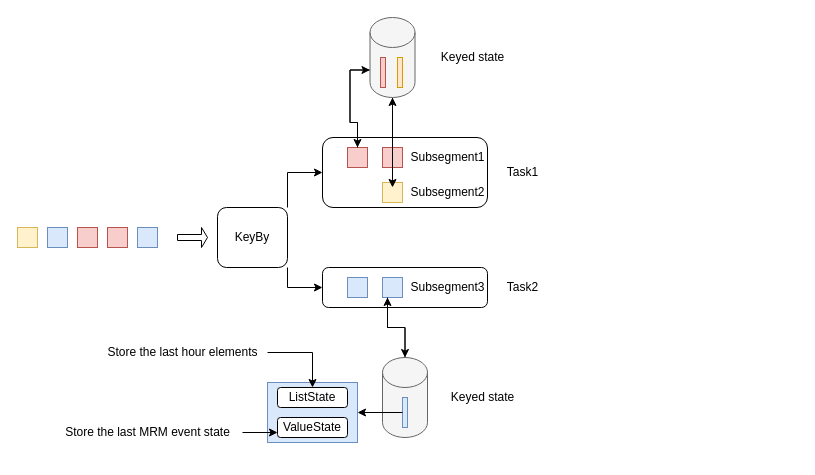
The draw.io diagram Untitled Diagram.drawio in ponyFan/Basenote, before the edit. Source tidied: cells renumbered, new cells numbered last; positions are measured from the earlier drawing's top-left corner, leaving out a move shared by most shapes. Both pictures are drawn from the tidied source at 100%, with x=0, y=0 at pixel (17, 17).
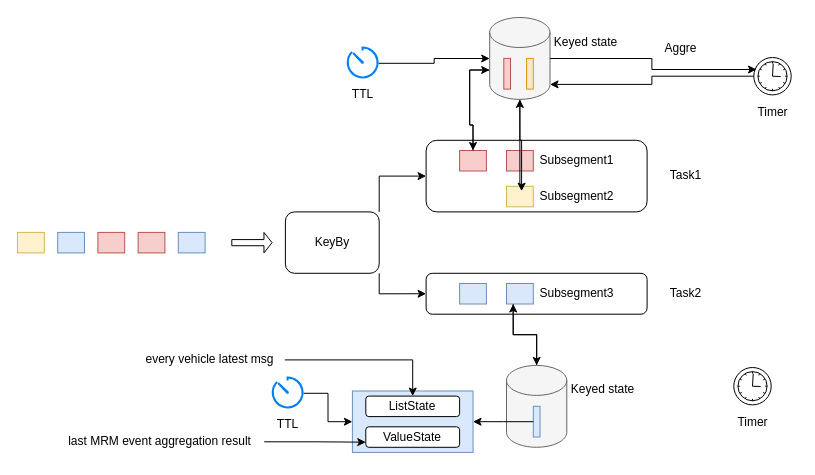
The same page after the edit.

Diff of the diagram source:
```diff
@@
     <mxCell id="2" style="group;" parent="1" vertex="1">
-      <mxGeometry width="530" height="430" as="geometry" />
+      <mxGeometry width="710" height="440" as="geometry" />
     </mxCell>
     <mxCell id="3" style="rounded=0;whiteSpace=wrap;html=1;fillColor=#dae8fc;strokeColor=#6c8ebf;" parent="2" vertex="1">
-      <mxGeometry x="120" y="210" width="20" height="20" as="geometry" />
+      <mxGeometry x="160.8" y="214.9" width="26.8" height="20.5" as="geometry" />
     </mxCell>
     <mxCell id="4" style="rounded=0;whiteSpace=wrap;html=1;fillColor=#f8cecc;strokeColor=#b85450;" parent="2" vertex="1">
-      <mxGeometry x="90" y="210" width="20" height="20" as="geometry" />
+      <mxGeometry x="120.6" y="214.9" width="26.8" height="20.5" as="geometry" />
     </mxCell>
     <mxCell id="5" style="rounded=0;whiteSpace=wrap;html=1;fillColor=#f8cecc;strokeColor=#b85450;" parent="2" vertex="1">
-      <mxGeometry x="60" y="210" width="20" height="20" as="geometry" />
+      <mxGeometry x="80.4" y="214.9" width="26.8" height="20.5" as="geometry" />
     </mxCell>
     <mxCell id="6" style="rounded=0;whiteSpace=wrap;html=1;fillColor=#dae8fc;strokeColor=#6c8ebf;" parent="2" vertex="1">
-      <mxGeometry x="30" y="210" width="20" height="20" as="geometry" />
+      <mxGeometry x="40.2" y="214.9" width="26.8" height="20.5" as="geometry" />
     </mxCell>
     <mxCell id="7" style="rounded=0;whiteSpace=wrap;html=1;fillColor=#fff2cc;strokeColor=#d6b656;" parent="2" vertex="1">
-      <mxGeometry y="210" width="20" height="20" as="geometry" />
+      <mxGeometry y="214.9" width="26.8" height="20.5" as="geometry" />
     </mxCell>
     <mxCell id="8" value="KeyBy" style="rounded=1;whiteSpace=wrap;html=1;" parent="2" vertex="1">
-      <mxGeometry x="200" y="190" width="70" height="60" as="geometry" />
+      <mxGeometry x="267.9" y="194.4" width="93.8" height="61.4" as="geometry" />
     </mxCell>
     <mxCell id="9" style="shape=singleArrow;whiteSpace=wrap;html=1;" parent="2" vertex="1">
-      <mxGeometry x="160" y="210" width="30" height="20" as="geometry" />
+      <mxGeometry x="214.3" y="214.9" width="40.2" height="20.5" as="geometry" />
     </mxCell>
     <mxCell id="10" style="rounded=1;whiteSpace=wrap;html=1;" parent="2" vertex="1">
-      <mxGeometry x="305" y="120" width="165" height="70" as="geometry" />
+      <mxGeometry x="408.6" y="122.8" width="221" height="71.6" as="geometry" />
     </mxCell>
@@
     <mxCell id="12" style="rounded=1;whiteSpace=wrap;html=1;" parent="2" vertex="1">
-      <mxGeometry x="305" y="250" width="165" height="40" as="geometry" />
+      <mxGeometry x="408.6" y="255.8" width="221" height="40.9" as="geometry" />
     </mxCell>
@@
     <mxCell id="14" style="rounded=0;whiteSpace=wrap;html=1;fillColor=#f8cecc;strokeColor=#b85450;" parent="2" vertex="1">
-      <mxGeometry x="330" y="130" width="20" height="20" as="geometry" />
+      <mxGeometry x="442.1" y="133" width="26.8" height="20.5" as="geometry" />
     </mxCell>
     <mxCell id="15" style="rounded=0;whiteSpace=wrap;html=1;fillColor=#f8cecc;strokeColor=#b85450;" parent="2" vertex="1">
-      <mxGeometry x="365" y="130" width="20" height="20" as="geometry" />
+      <mxGeometry x="489" y="133" width="26.8" height="20.5" as="geometry" />
     </mxCell>
     <mxCell id="16" style="rounded=0;whiteSpace=wrap;html=1;fillColor=#fff2cc;strokeColor=#d6b656;" parent="2" vertex="1">
-      <mxGeometry x="365" y="165" width="20" height="20" as="geometry" />
+      <mxGeometry x="489" y="168.8" width="26.8" height="20.5" as="geometry" />
     </mxCell>
     <mxCell id="17" style="rounded=0;whiteSpace=wrap;html=1;fillColor=#dae8fc;strokeColor=#6c8ebf;" parent="2" vertex="1">
-      <mxGeometry x="330" y="260" width="20" height="20" as="geometry" />
+      <mxGeometry x="442.1" y="266" width="26.8" height="20.5" as="geometry" />
     </mxCell>
     <mxCell id="18" style="rounded=0;whiteSpace=wrap;html=1;fillColor=#dae8fc;strokeColor=#6c8ebf;" parent="2" vertex="1">
-      <mxGeometry x="365" y="260" width="20" height="20" as="geometry" />
+      <mxGeometry x="489" y="266" width="26.8" height="20.5" as="geometry" />
     </mxCell>
     <mxCell id="19" value="Task1" style="text;html=1;align=center;verticalAlign=middle;strokeColor=none;fillColor=none;" parent="2" vertex="1">
-      <mxGeometry x="480" y="140" width="50" height="30" as="geometry" />
+      <mxGeometry x="643" y="143.3" width="50" height="30" as="geometry" />
     </mxCell>
     <mxCell id="20" value="Task2" style="text;html=1;align=center;verticalAlign=middle;strokeColor=none;fillColor=none;" parent="2" vertex="1">
-      <mxGeometry x="480" y="255" width="50" height="30" as="geometry" />
+      <mxGeometry x="643" y="260.9" width="50" height="30" as="geometry" />
     </mxCell>
     <mxCell id="21" value="Subsegment1" style="text;html=1;align=center;verticalAlign=middle;strokeColor=none;fillColor=none;" parent="2" vertex="1">
-      <mxGeometry x="380" y="125" width="100" height="30" as="geometry" />
+      <mxGeometry x="509.1" y="127.9" width="100" height="30" as="geometry" />
     </mxCell>
     <mxCell id="22" value="Subsegment2" style="text;html=1;align=center;verticalAlign=middle;points=[];strokeColor=none;fillColor=none;" parent="2" vertex="1">
-      <mxGeometry x="380" y="160" width="100" height="30" as="geometry" />
+      <mxGeometry x="509.1" y="163.7" width="100" height="30" as="geometry" />
     </mxCell>
     <mxCell id="23" value="Subsegment3" style="text;html=1;align=center;verticalAlign=middle;strokeColor=none;fillColor=none;" parent="2" vertex="1">
-      <mxGeometry x="380" y="255" width="100" height="30" as="geometry" />
+      <mxGeometry x="509.1" y="260.9" width="100" height="30" as="geometry" />
     </mxCell>
@@
     <mxCell id="25" style="shape=cylinder3;whiteSpace=wrap;html=1;boundedLbl=1;backgroundOutline=1;size=15;fillColor=#f5f5f5;strokeColor=#666666;fontColor=#333333;" parent="2" vertex="1">
-      <mxGeometry x="365" y="340" width="45" height="80" as="geometry" />
+      <mxGeometry x="489" y="347.9" width="60.3" height="81.9" as="geometry" />
     </mxCell>
@@
     <mxCell id="27" style="rounded=0;whiteSpace=wrap;html=1;fillColor=#dae8fc;strokeColor=#6c8ebf;" parent="2" vertex="1">
-      <mxGeometry x="385" y="380" width="5" height="30" as="geometry" />
+      <mxGeometry x="515.8" y="388.8" width="6.7" height="30.7" as="geometry" />
     </mxCell>
@@
     <mxCell id="30" style="shape=cylinder3;whiteSpace=wrap;html=1;boundedLbl=1;backgroundOutline=1;size=15;fillColor=#f5f5f5;strokeColor=#666666;fontColor=#333333;" parent="2" vertex="1">
-      <mxGeometry x="352.5" width="45" height="80" as="geometry" />
+      <mxGeometry x="472.2" width="60.3" height="81.9" as="geometry" />
     </mxCell>
@@
     <mxCell id="33" style="rounded=0;whiteSpace=wrap;html=1;fillColor=#f8cecc;strokeColor=#b85450;" parent="2" vertex="1">
-      <mxGeometry x="363" y="40" width="5" height="30" as="geometry" />
+      <mxGeometry x="486.3" y="40.9" width="6.7" height="30.7" as="geometry" />
     </mxCell>
     <mxCell id="34" style="rounded=0;whiteSpace=wrap;html=1;fillColor=#ffe6cc;strokeColor=#d79b00;" parent="2" vertex="1">
-      <mxGeometry x="380" y="40" width="5" height="30" as="geometry" />
+      <mxGeometry x="509.1" y="40.9" width="6.7" height="30.7" as="geometry" />
     </mxCell>
     <mxCell id="35" value="Keyed state" style="text;html=1;align=center;verticalAlign=middle;strokeColor=none;fillColor=none;" parent="2" vertex="1">
-      <mxGeometry x="410" y="25" width="90" height="30" as="geometry" />
+      <mxGeometry x="522.5" y="10" width="90" height="30" as="geometry" />
     </mxCell>
     <mxCell id="36" value="Keyed state" style="text;html=1;align=center;verticalAlign=middle;strokeColor=none;fillColor=none;" parent="2" vertex="1">
-      <mxGeometry x="420" y="365" width="90" height="30" as="geometry" />
+      <mxGeometry x="539.6" y="357.4" width="90" height="30" as="geometry" />
     </mxCell>
     <mxCell id="37" style="whiteSpace=wrap;html=1;fillColor=#dae8fc;strokeColor=#6c8ebf;rounded=0;" parent="2" vertex="1">
-      <mxGeometry x="250" y="365" width="90" height="60" as="geometry" />
+      <mxGeometry x="334.9" y="373.5" width="120.6" height="61.4" as="geometry" />
     </mxCell>
@@
     <mxCell id="39" value="ListState" style="rounded=1;whiteSpace=wrap;html=1;" parent="2" vertex="1">
-      <mxGeometry x="260" y="370" width="70" height="20" as="geometry" />
+      <mxGeometry x="348.3" y="378.6" width="93.8" height="20.5" as="geometry" />
     </mxCell>
     <mxCell id="40" value="ValueState" style="rounded=1;whiteSpace=wrap;html=1;" parent="2" vertex="1">
-      <mxGeometry x="260" y="400" width="70" height="20" as="geometry" />
+      <mxGeometry x="348.3" y="409.3" width="93.8" height="20.5" as="geometry" />
     </mxCell>
@@
-    <mxCell id="42" value="Store the last hour elements" style="text;html=1;align=center;verticalAlign=middle;points=[];strokeColor=none;fillColor=none;" parent="2" vertex="1">
-      <mxGeometry x="80" y="320" width="170" height="30" as="geometry" />
+    <mxCell id="42" value="every vehicle latest msg" style="text;html=1;align=center;verticalAlign=middle;points=[];strokeColor=none;fillColor=none;" parent="2" vertex="1">
+      <mxGeometry x="117.3" y="327.4" width="150" height="30" as="geometry" />
     </mxCell>
@@
-    <mxCell id="44" value="Store the last MRM event state" style="text;html=1;align=center;verticalAlign=middle;points=[];strokeColor=none;fillColor=none;" parent="2" vertex="1">
-      <mxGeometry x="35" y="400" width="190" height="30" as="geometry" />
+    <mxCell id="44" value="last MRM event aggregation result" style="text;html=1;align=center;verticalAlign=middle;points=[];strokeColor=none;fillColor=none;" parent="2" vertex="1">
+      <mxGeometry x="36.7" y="409.3" width="210" height="30" as="geometry" />
     </mxCell>
+    <mxCell id="45" style="group;" parent="2" vertex="1">
+      <mxGeometry x="325" y="30" width="40" height="61.5" as="geometry" />
+    </mxCell>
+    <mxCell id="46" style="html=1;verticalLabelPosition=bottom;align=center;labelBackgroundColor=#ffffff;verticalAlign=top;strokeWidth=2;strokeColor=#0080F0;shadow=0;dashed=0;shape=mxgraph.ios7.icons.gauge;" parent="45" vertex="1">
+      <mxGeometry x="3.8" width="32.4" height="31.5" as="geometry" />
+    </mxCell>
+    <mxCell id="47" value="TTL" style="text;html=1;align=center;verticalAlign=middle;strokeColor=none;fillColor=none;" parent="45" vertex="1">
+      <mxGeometry y="31.5" width="40" height="30" as="geometry" />
+    </mxCell>
+    <mxCell id="48" style="group;" parent="2" vertex="1">
+      <mxGeometry x="250" y="360" width="40" height="61.5" as="geometry" />
+    </mxCell>
+    <mxCell id="49" style="html=1;verticalLabelPosition=bottom;align=center;labelBackgroundColor=#ffffff;verticalAlign=top;strokeWidth=2;strokeColor=#0080F0;shadow=0;dashed=0;shape=mxgraph.ios7.icons.gauge;" parent="48" vertex="1">
+      <mxGeometry x="3.8" width="32.4" height="31.5" as="geometry" />
+    </mxCell>
+    <mxCell id="50" value="TTL" style="text;html=1;align=center;verticalAlign=middle;strokeColor=none;fillColor=none;" parent="48" vertex="1">
+      <mxGeometry y="31.5" width="40" height="30" as="geometry" />
+    </mxCell>
+    <mxCell id="51" style="edgeStyle=orthogonalEdgeStyle;rounded=0;jettySize=auto;html=1;entryX=0;entryY=0.5;entryDx=0;entryDy=0;" parent="2" edge="1" source="49" target="37">
+      <mxGeometry relative="1" as="geometry" />
+    </mxCell>
+    <mxCell id="52" style="edgeStyle=orthogonalEdgeStyle;rounded=0;jettySize=auto;html=1;" parent="2" edge="1" source="46" target="30">
+      <mxGeometry relative="1" as="geometry" />
+    </mxCell>
+    <mxCell id="53" value="Aggre" style="text;html=1;align=center;verticalAlign=middle;strokeColor=none;fillColor=none;" parent="2" vertex="1">
+      <mxGeometry x="633" y="15.9" width="60" height="30" as="geometry" />
+    </mxCell>
+    <mxCell id="54" style="group;" parent="1" vertex="1">
+      <mxGeometry x="730" y="40" width="50" height="70" as="geometry" />
+    </mxCell>
+    <mxCell id="55" value="Timer" style="text;html=1;align=center;verticalAlign=middle;strokeColor=none;fillColor=none;" parent="54" vertex="1">
+      <mxGeometry y="40" width="50" height="30" as="geometry" />
+    </mxCell>
+    <mxCell id="56" style="points=[[0.145,0.145,0],[0.5,0,0],[0.855,0.145,0],[1,0.5,0],[0.855,0.855,0],[0.5,1,0],[0.145,0.855,0],[0,0.5,0]];shape=mxgraph.bpmn.event;html=1;verticalLabelPosition=bottom;labelBackgroundColor=#ffffff;verticalAlign=top;align=center;perimeter=ellipsePerimeter;outlineConnect=0;outline=standard;symbol=timer;" parent="54" vertex="1">
+      <mxGeometry x="6.3" width="37.4" height="37.4" as="geometry" />
+    </mxCell>
+    <mxCell id="57" style="group;" parent="1" vertex="1">
+      <mxGeometry x="710" y="350" width="50" height="70" as="geometry" />
+    </mxCell>
+    <mxCell id="58" value="Timer" style="text;html=1;align=center;verticalAlign=middle;strokeColor=none;fillColor=none;" parent="57" vertex="1">
+      <mxGeometry y="40" width="50" height="30" as="geometry" />
+    </mxCell>
+    <mxCell id="59" style="shape=mxgraph.bpmn.event;html=1;verticalLabelPosition=bottom;labelBackgroundColor=#ffffff;verticalAlign=top;align=center;perimeter=ellipsePerimeter;outline=standard;symbol=timer;" parent="57" vertex="1">
+      <mxGeometry x="6.3" width="37.4" height="37.4" as="geometry" />
+    </mxCell>
+    <mxCell id="60" style="edgeStyle=orthogonalEdgeStyle;rounded=0;jettySize=auto;html=1;entryX=1;entryY=1;entryDx=0;entryDy=-15;entryPerimeter=0;" parent="1" edge="1" source="56" target="30">
+      <mxGeometry relative="1" as="geometry" />
+    </mxCell>
+    <mxCell id="61" style="edgeStyle=orthogonalEdgeStyle;rounded=0;jettySize=auto;html=1;entryX=0.072;entryY=0.321;entryDx=0;entryDy=0;entryPerimeter=0;" parent="1" edge="1" source="30" target="56">
+      <mxGeometry relative="1" as="geometry" />
+    </mxCell>
```
